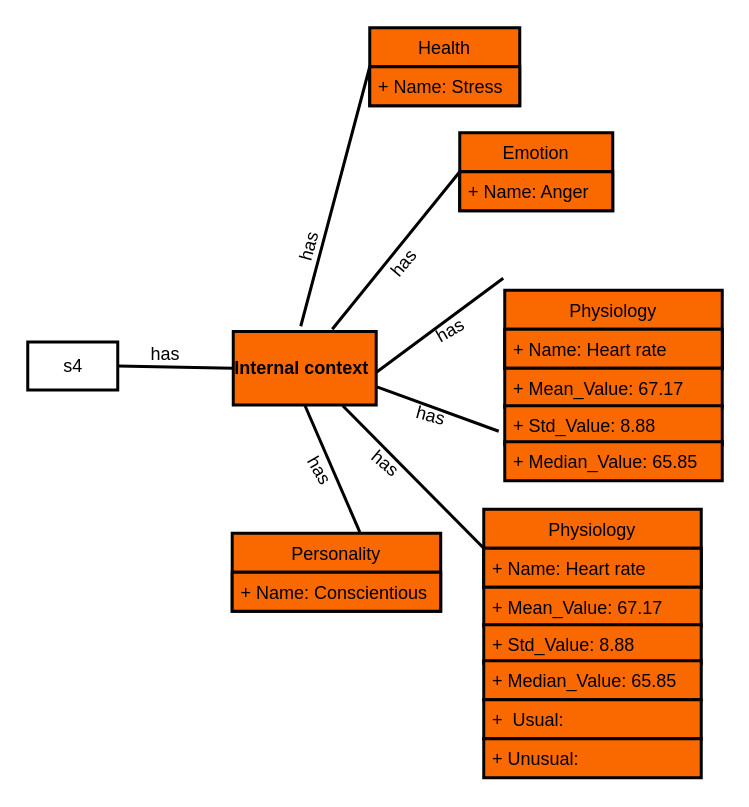
Earlier version of the draw.io diagram um_article.drawio (oluwande/zmPDSwR). Source tidied: cells renumbered, new cells numbered last; positions are measured from the earlier drawing's top-left corner, leaving out a move shared by most shapes. Both pictures are drawn from the tidied source at 150%, with x=0, y=0 at pixel (27, 27).
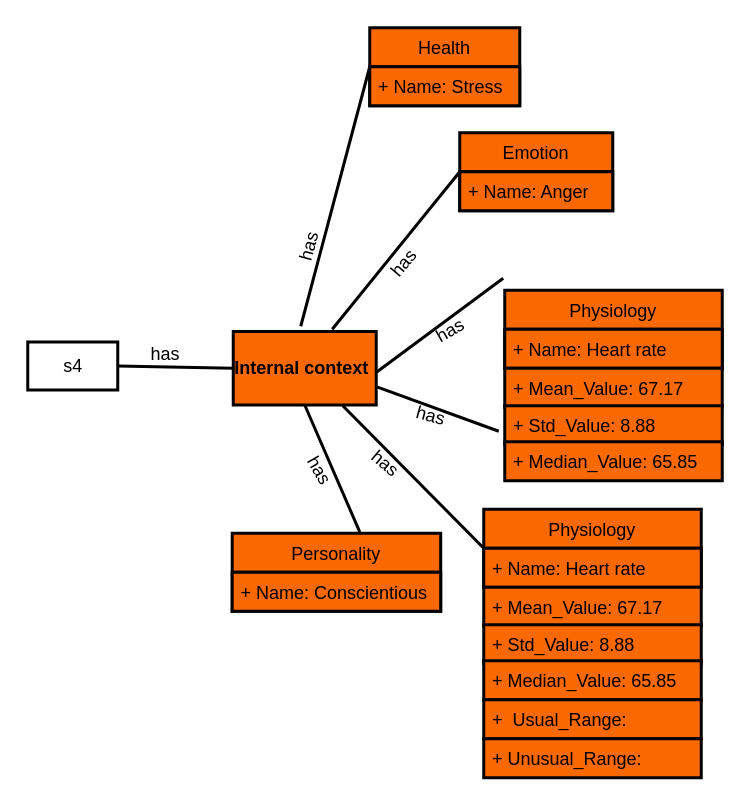
Above is the later version.

What changed in the source:
```diff
@@
-    <mxCell id="34" value="+  Usual:" style="text;strokeColor=#000000;fillColor=#fa6800;align=left;verticalAlign=top;spacingLeft=4;spacingRight=4;overflow=hidden;strokeWidth=2;fontColor=#000000;fontSize=12;" parent="1" vertex="1">
+    <mxCell id="34" value="+  Usual_Range:" style="text;strokeColor=#000000;fillColor=#fa6800;align=left;verticalAlign=top;spacingLeft=4;spacingRight=4;overflow=hidden;strokeWidth=2;fontColor=#000000;fontSize=12;" parent="1" vertex="1">
       <mxGeometry x="304" y="448" width="145" height="26" as="geometry" />
     </mxCell>
-    <mxCell id="35" value="+ Unusual:" style="text;strokeColor=#000000;fillColor=#fa6800;align=left;verticalAlign=top;spacingLeft=4;spacingRight=4;overflow=hidden;strokeWidth=2;fontColor=#000000;fontSize=12;" parent="1" vertex="1">
+    <mxCell id="35" value="+ Unusual_Range:" style="text;strokeColor=#000000;fillColor=#fa6800;align=left;verticalAlign=top;spacingLeft=4;spacingRight=4;overflow=hidden;strokeWidth=2;fontColor=#000000;fontSize=12;" parent="1" vertex="1">
       <mxGeometry x="304" y="474" width="145" height="26" as="geometry" />
     </mxCell>
```
